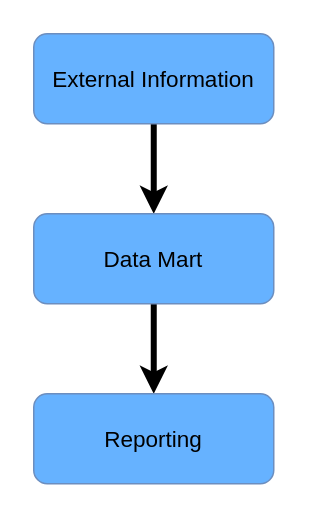
Before: introduction-to-data-warehousing/dw-workflow.drawio in JosueDLA/josuedla-diagrams, a draw.io diagram. Source tidied: cells renumbered, new cells numbered last; positions are measured from the earlier drawing's top-left corner, leaving out a move shared by most shapes. Both pictures are drawn from the tidied source at 150%, with x=0, y=0 at pixel (33, 33).
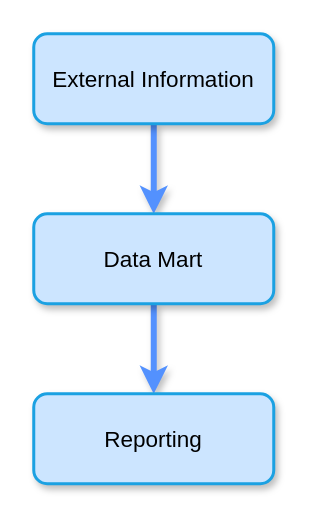
After the change.

Commit message:
Update Introduction to Data Warehousing workflow diagram

The edit, as a diff of the source:
```diff
@@
 <mxGraphModel>
   <root>
     <mxCell id="0" />
     <mxCell id="1" parent="0" />
-    <mxCell id="2" style="edgeStyle=none;html=1;entryX=0.5;entryY=0;entryDx=0;entryDy=0;strokeWidth=4;" parent="1" edge="1" source="3" target="5">
+    <mxCell id="2" style="edgeStyle=none;html=1;entryX=0.5;entryY=0;entryDx=0;entryDy=0;strokeWidth=4;strokeColor=#5391FE;shadow=1;" parent="1" edge="1" source="3" target="5">
       <mxGeometry relative="1" as="geometry" />
     </mxCell>
-    <mxCell id="3" value="&lt;font style=&quot;font-size: 15px&quot; color=&quot;#000000&quot;&gt;External Information&lt;/font&gt;" style="rounded=1;whiteSpace=wrap;html=1;fillColor=#66B2FF;strokeColor=#6C8EBF;" parent="1" vertex="1">
+    <mxCell id="3" value="&lt;font style=&quot;font-size: 15px&quot; color=&quot;#000000&quot;&gt;External Information&lt;/font&gt;" style="rounded=1;whiteSpace=wrap;html=1;fillColor=#CCE5FF;strokeWidth=2;strokeColor=#1BA1E2;shadow=1;" parent="1" vertex="1">
       <mxGeometry width="160" height="60" as="geometry" />
     </mxCell>
-    <mxCell id="4" style="edgeStyle=none;html=1;entryX=0.5;entryY=0;entryDx=0;entryDy=0;strokeWidth=4;" parent="1" edge="1" source="5" target="6">
+    <mxCell id="4" style="edgeStyle=none;html=1;entryX=0.5;entryY=0;entryDx=0;entryDy=0;strokeWidth=4;strokeColor=#5391FE;shadow=1;" parent="1" edge="1" source="5" target="6">
       <mxGeometry relative="1" as="geometry" />
     </mxCell>
-    <mxCell id="5" value="&lt;font style=&quot;font-size: 15px&quot; color=&quot;#000000&quot;&gt;Data Mart&lt;/font&gt;" style="rounded=1;whiteSpace=wrap;html=1;fillColor=#66B2FF;strokeColor=#6C8EBF;" parent="1" vertex="1">
+    <mxCell id="5" value="&lt;font style=&quot;font-size: 15px&quot; color=&quot;#000000&quot;&gt;Data Mart&lt;/font&gt;" style="rounded=1;whiteSpace=wrap;html=1;fillColor=#CCE5FF;perimeterSpacing=0;strokeWidth=2;strokeColor=#1BA1E2;shadow=1;" parent="1" vertex="1">
       <mxGeometry y="120" width="160" height="60" as="geometry" />
     </mxCell>
-    <mxCell id="6" value="&lt;font style=&quot;font-size: 15px&quot; color=&quot;#000000&quot;&gt;Reporting&lt;/font&gt;" style="rounded=1;whiteSpace=wrap;html=1;fontColor=#ffffff;fillColor=#66B2FF;strokeColor=#6C8EBF;" parent="1" vertex="1">
+    <mxCell id="6" value="&lt;font style=&quot;font-size: 15px&quot; color=&quot;#000000&quot;&gt;Reporting&lt;/font&gt;" style="rounded=1;whiteSpace=wrap;html=1;fontColor=#ffffff;fillColor=#CCE5FF;strokeColor=#1BA1E2;strokeWidth=2;shadow=1;" parent="1" vertex="1">
       <mxGeometry y="240" width="160" height="60" as="geometry" />
     </mxCell>
   </root>
 </mxGraphModel>
```
